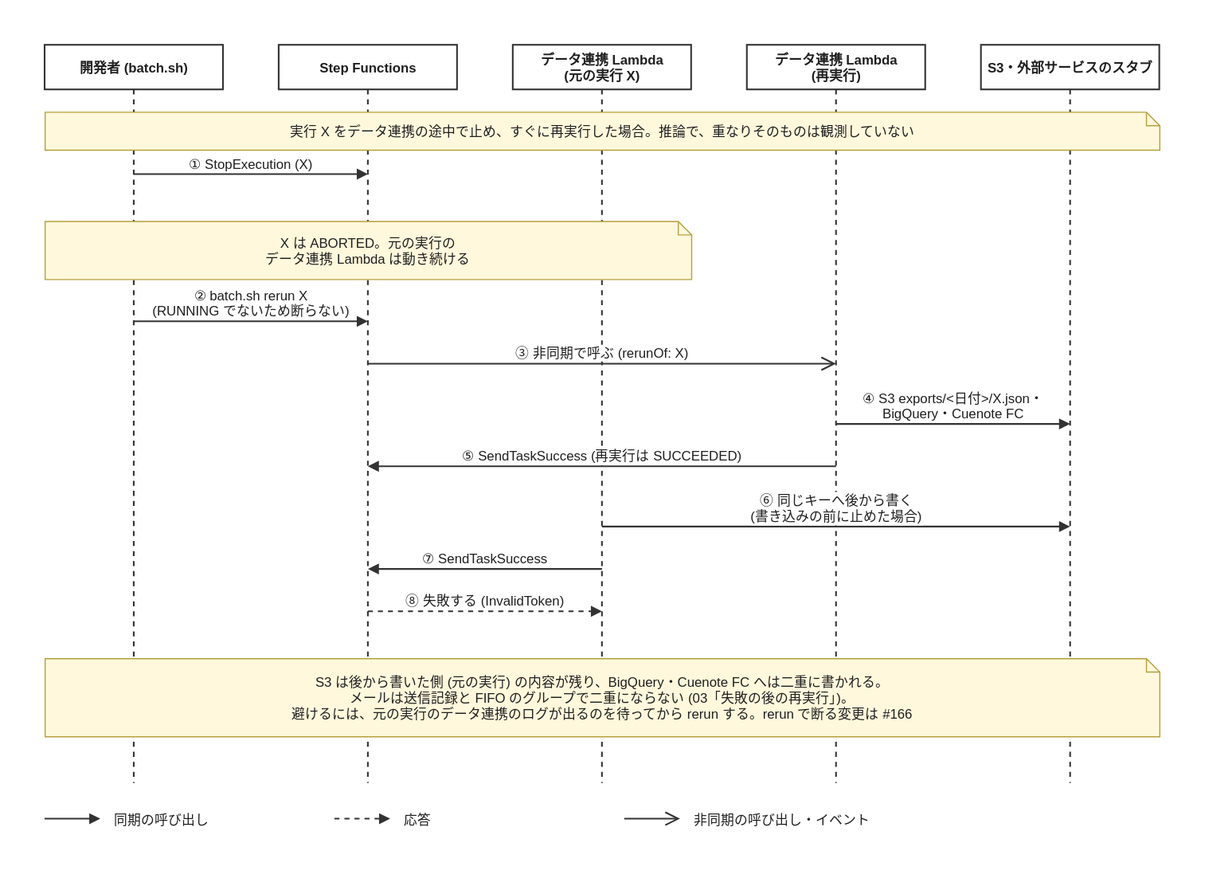
Earlier version of the draw.io export docs/images/sequences/overlap.drawio.svg (kojikawazu/serverless-practice-app). Source tidied: cells renumbered, new cells last; positions are measured from the earlier drawing's top-left corner, leaving out a move shared by most shapes.
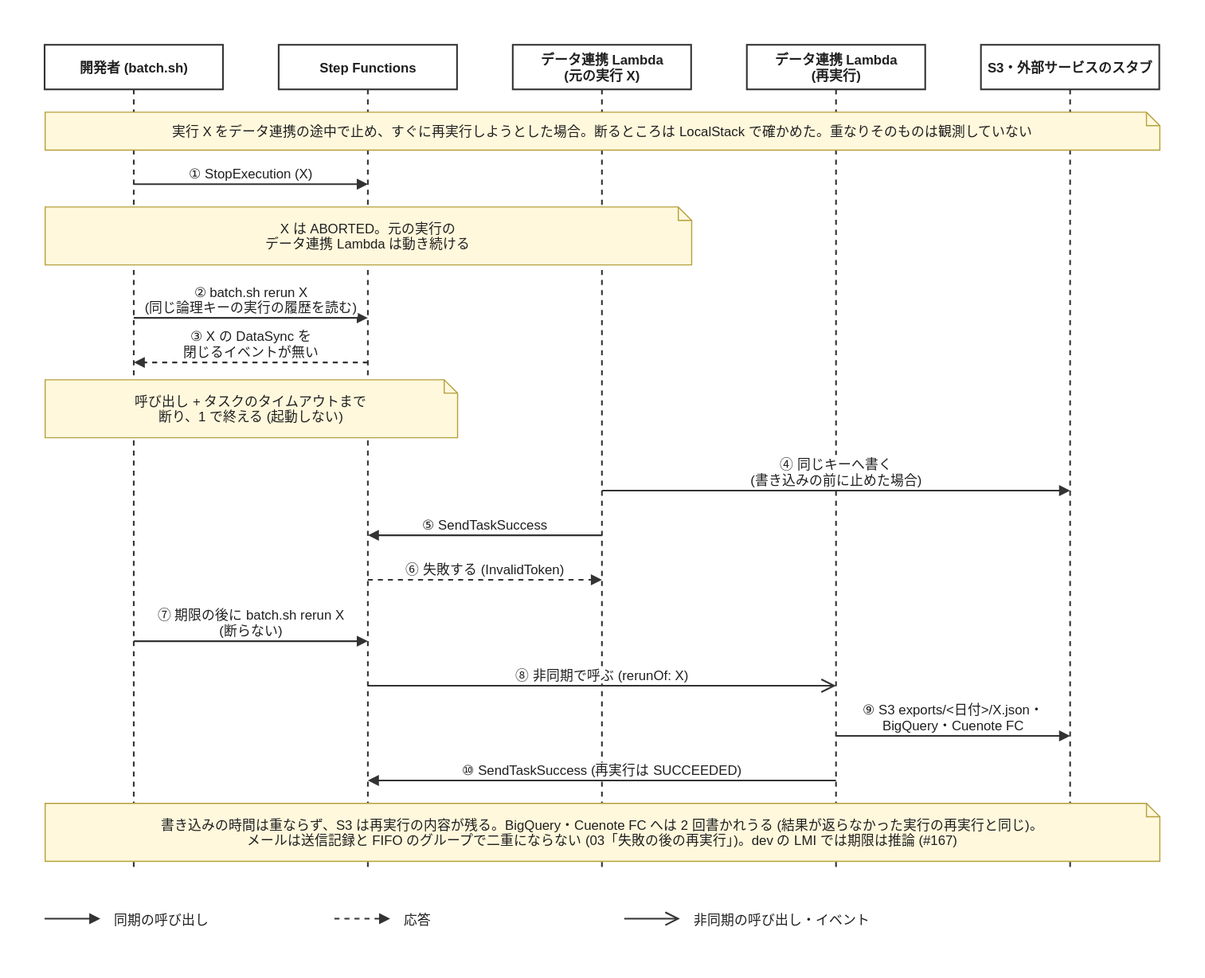
Later version of the same file.

Commit message:
fix(rerun): データ連携が動きうる同じ論理キーの実行があるうちは再実行を断る

Change to the diagram source:
```diff
@@ -3,82 +3,91 @@
     <mxCell id="0" />
     <mxCell id="1" parent="0" />
     <mxCell id="2" style="rounded=0;html=0;fillColor=none;strokeColor=none;" parent="1" vertex="1">
-      <mxGeometry width="1080" height="786" as="geometry" />
+      <mxGeometry width="1080" height="876" as="geometry" />
     </mxCell>
     <mxCell id="3" value="開発者 (batch.sh)" style="shape=umlLifeline;perimeter=lifelinePerimeter;outlineConnect=0;portConstraint=eastwest;html=0;size=40;fillColor=#FFFFFF;strokeColor=#333333;strokeWidth=1.5;fontSize=12;fontColor=#1F1F1F;fontStyle=1;" parent="1" vertex="1">
-      <mxGeometry x="40" y="40" width="160" height="662" as="geometry" />
+      <mxGeometry x="40" y="40" width="160" height="740" as="geometry" />
     </mxCell>
     <mxCell id="4" value="Step Functions" style="shape=umlLifeline;perimeter=lifelinePerimeter;outlineConnect=0;portConstraint=eastwest;html=0;size=40;fillColor=#FFFFFF;strokeColor=#333333;strokeWidth=1.5;fontSize=12;fontColor=#1F1F1F;fontStyle=1;" parent="1" vertex="1">
-      <mxGeometry x="250" y="40" width="160" height="662" as="geometry" />
+      <mxGeometry x="250" y="40" width="160" height="740" as="geometry" />
     </mxCell>
     <mxCell id="5" value="データ連携 Lambda&#10;(元の実行 X)" style="shape=umlLifeline;perimeter=lifelinePerimeter;outlineConnect=0;portConstraint=eastwest;html=0;size=40;fillColor=#FFFFFF;strokeColor=#333333;strokeWidth=1.5;fontSize=12;fontColor=#1F1F1F;fontStyle=1;" parent="1" vertex="1">
-      <mxGeometry x="460" y="40" width="160" height="662" as="geometry" />
+      <mxGeometry x="460" y="40" width="160" height="740" as="geometry" />
     </mxCell>
     <mxCell id="6" value="データ連携 Lambda&#10;(再実行)" style="shape=umlLifeline;perimeter=lifelinePerimeter;outlineConnect=0;portConstraint=eastwest;html=0;size=40;fillColor=#FFFFFF;strokeColor=#333333;strokeWidth=1.5;fontSize=12;fontColor=#1F1F1F;fontStyle=1;" parent="1" vertex="1">
-      <mxGeometry x="670" y="40" width="160" height="662" as="geometry" />
+      <mxGeometry x="670" y="40" width="160" height="740" as="geometry" />
     </mxCell>
     <mxCell id="7" value="S3・外部サービスのスタブ" style="shape=umlLifeline;perimeter=lifelinePerimeter;outlineConnect=0;portConstraint=eastwest;html=0;size=40;fillColor=#FFFFFF;strokeColor=#333333;strokeWidth=1.5;fontSize=12;fontColor=#1F1F1F;fontStyle=1;" parent="1" vertex="1">
-      <mxGeometry x="880" y="40" width="160" height="662" as="geometry" />
+      <mxGeometry x="880" y="40" width="160" height="740" as="geometry" />
     </mxCell>
-    <mxCell id="8" value="実行 X をデータ連携の途中で止め、すぐに再実行した場合。推論で、重なりそのものは観測していない" style="shape=note;size=12;html=0;fillColor=#FFF8DC;strokeColor=#B59F3B;strokeWidth=1;fontSize=12;fontColor=#1F1F1F;align=center;verticalAlign=middle;spacingLeft=8;spacingRight=8;" parent="1" vertex="1">
+    <mxCell id="8" value="実行 X をデータ連携の途中で止め、すぐに再実行しようとした場合。断るところは LocalStack で確かめた。重なりそのものは観測していない" style="shape=note;size=12;html=0;fillColor=#FFF8DC;strokeColor=#B59F3B;strokeWidth=1;fontSize=12;fontColor=#1F1F1F;align=center;verticalAlign=middle;spacingLeft=8;spacingRight=8;" parent="1" vertex="1">
       <mxGeometry x="40" y="100" width="1000" height="34" as="geometry" />
     </mxCell>
-    <mxCell id="9" value="① StopExecution (X)" style="html=0;rounded=0;strokeColor=#333333;strokeWidth=1.5;fontSize=12;fontColor=#1F1F1F;verticalAlign=bottom;labelBackgroundColor=#FFFFFF;endArrow=block;endFill=1;exitX=0.5;exitY=0.1752;exitPerimeter=0;entryX=0.5;entryY=0.1752;entryPerimeter=0;" parent="1" edge="1" source="3" target="4">
+    <mxCell id="9" value="① StopExecution (X)" style="html=0;rounded=0;strokeColor=#333333;strokeWidth=1.5;fontSize=12;fontColor=#1F1F1F;verticalAlign=bottom;labelBackgroundColor=#FFFFFF;endArrow=block;endFill=1;exitX=0.5;exitY=0.1689;exitPerimeter=0;entryX=0.5;entryY=0.1689;entryPerimeter=0;" parent="1" edge="1" source="3" target="4">
       <mxGeometry relative="1" as="geometry" />
     </mxCell>
     <mxCell id="10" value="X は ABORTED。元の実行の&#10;データ連携 Lambda は動き続ける" style="shape=note;size=12;html=0;fillColor=#FFF8DC;strokeColor=#B59F3B;strokeWidth=1;fontSize=12;fontColor=#1F1F1F;align=center;verticalAlign=middle;spacingLeft=8;spacingRight=8;" parent="1" vertex="1">
-      <mxGeometry x="40" y="198" width="580" height="52" as="geometry" />
+      <mxGeometry x="40" y="185" width="580" height="52" as="geometry" />
     </mxCell>
-    <mxCell id="11" value="② batch.sh rerun X&#10;(RUNNING でないため断らない)" style="html=0;rounded=0;strokeColor=#333333;strokeWidth=1.5;fontSize=12;fontColor=#1F1F1F;verticalAlign=bottom;labelBackgroundColor=#FFFFFF;endArrow=block;endFill=1;exitX=0.5;exitY=0.3746;exitPerimeter=0;entryX=0.5;entryY=0.3746;entryPerimeter=0;" parent="1" edge="1" source="3" target="4">
+    <mxCell id="11" value="② batch.sh rerun X&#10;(同じ論理キーの実行の履歴を読む)" style="html=0;rounded=0;strokeColor=#333333;strokeWidth=1.5;fontSize=12;fontColor=#1F1F1F;verticalAlign=bottom;labelBackgroundColor=#FFFFFF;endArrow=block;endFill=1;exitX=0.5;exitY=0.3311;exitPerimeter=0;entryX=0.5;entryY=0.3311;entryPerimeter=0;" parent="1" edge="1" source="3" target="4">
       <mxGeometry relative="1" as="geometry" />
     </mxCell>
-    <mxCell id="12" value="③ 非同期で呼ぶ (rerunOf: X)" style="html=0;rounded=0;strokeColor=#333333;strokeWidth=1.5;fontSize=12;fontColor=#1F1F1F;verticalAlign=bottom;labelBackgroundColor=#FFFFFF;endArrow=open;endFill=0;endSize=10;exitX=0.5;exitY=0.432;exitPerimeter=0;entryX=0.5;entryY=0.432;entryPerimeter=0;" parent="1" edge="1" source="4" target="6">
+    <mxCell id="12" value="③ X の DataSync を&#10;閉じるイベントが無い" style="html=0;rounded=0;strokeColor=#333333;strokeWidth=1.5;fontSize=12;fontColor=#1F1F1F;verticalAlign=bottom;labelBackgroundColor=#FFFFFF;endArrow=block;endFill=1;dashed=1;exitX=0.5;exitY=0.3851;exitPerimeter=0;entryX=0.5;entryY=0.3851;entryPerimeter=0;" parent="1" edge="1" source="4" target="3">
       <mxGeometry relative="1" as="geometry" />
     </mxCell>
-    <mxCell id="13" value="④ S3 exports/&lt;日付&gt;/X.json・&#10;BigQuery・Cuenote FC" style="html=0;rounded=0;strokeColor=#333333;strokeWidth=1.5;fontSize=12;fontColor=#1F1F1F;verticalAlign=bottom;labelBackgroundColor=#FFFFFF;endArrow=block;endFill=1;exitX=0.5;exitY=0.5136;exitPerimeter=0;entryX=0.5;entryY=0.5136;entryPerimeter=0;" parent="1" edge="1" source="6" target="7">
-      <mxGeometry relative="1" as="geometry" />
-    </mxCell>
+    <mxCell id="25" value="呼び出し + タスクのタイムアウトまで&#10;断り、1 で終える (起動しない)" style="shape=note;size=12;html=0;fillColor=#FFF8DC;strokeColor=#B59F3B;strokeWidth=1;fontSize=12;fontColor=#1F1F1F;align=center;verticalAlign=middle;spacingLeft=8;spacingRight=8;" parent="1" vertex="1">
+      <mxGeometry x="40" y="340" width="370" height="52" as="geometry" />
+    </mxCell>
-    <mxCell id="14" value="⑤ SendTaskSuccess (再実行は SUCCEEDED)" style="html=0;rounded=0;strokeColor=#333333;strokeWidth=1.5;fontSize=12;fontColor=#1F1F1F;verticalAlign=bottom;labelBackgroundColor=#FFFFFF;endArrow=block;endFill=1;exitX=0.5;exitY=0.571;exitPerimeter=0;entryX=0.5;entryY=0.571;entryPerimeter=0;" parent="1" edge="1" source="6" target="4">
+    <mxCell id="14" value="④ 同じキーへ書く&#10;(書き込みの前に止めた場合)" style="html=0;rounded=0;strokeColor=#333333;strokeWidth=1.5;fontSize=12;fontColor=#1F1F1F;verticalAlign=bottom;labelBackgroundColor=#FFFFFF;endArrow=block;endFill=1;exitX=0.5;exitY=0.5405;exitPerimeter=0;entryX=0.5;entryY=0.5405;entryPerimeter=0;" parent="1" edge="1" source="5" target="7">
       <mxGeometry relative="1" as="geometry" />
     </mxCell>
-    <mxCell id="15" value="⑥ 同じキーへ後から書く&#10;(書き込みの前に止めた場合)" style="html=0;rounded=0;strokeColor=#333333;strokeWidth=1.5;fontSize=12;fontColor=#1F1F1F;verticalAlign=bottom;labelBackgroundColor=#FFFFFF;endArrow=block;endFill=1;exitX=0.5;exitY=0.6526;exitPerimeter=0;entryX=0.5;entryY=0.6526;entryPerimeter=0;" parent="1" edge="1" source="5" target="7">
+    <mxCell id="15" value="⑤ SendTaskSuccess" style="html=0;rounded=0;strokeColor=#333333;strokeWidth=1.5;fontSize=12;fontColor=#1F1F1F;verticalAlign=bottom;labelBackgroundColor=#FFFFFF;endArrow=block;endFill=1;exitX=0.5;exitY=0.5946;exitPerimeter=0;entryX=0.5;entryY=0.5946;entryPerimeter=0;" parent="1" edge="1" source="5" target="4">
       <mxGeometry relative="1" as="geometry" />
     </mxCell>
-    <mxCell id="16" value="⑦ SendTaskSuccess" style="html=0;rounded=0;strokeColor=#333333;strokeWidth=1.5;fontSize=12;fontColor=#1F1F1F;verticalAlign=bottom;labelBackgroundColor=#FFFFFF;endArrow=block;endFill=1;exitX=0.5;exitY=0.71;exitPerimeter=0;entryX=0.5;entryY=0.71;entryPerimeter=0;" parent="1" edge="1" source="5" target="4">
+    <mxCell id="16" value="⑥ 失敗する (InvalidToken)" style="html=0;rounded=0;strokeColor=#333333;strokeWidth=1.5;fontSize=12;fontColor=#1F1F1F;verticalAlign=bottom;labelBackgroundColor=#FFFFFF;endArrow=block;endFill=1;dashed=1;exitX=0.5;exitY=0.6486;exitPerimeter=0;entryX=0.5;entryY=0.6486;entryPerimeter=0;" parent="1" edge="1" source="4" target="5">
       <mxGeometry relative="1" as="geometry" />
     </mxCell>
-    <mxCell id="17" value="⑧ 失敗する (InvalidToken)" style="html=0;rounded=0;strokeColor=#333333;strokeWidth=1.5;fontSize=12;fontColor=#1F1F1F;verticalAlign=bottom;labelBackgroundColor=#FFFFFF;endArrow=block;endFill=1;dashed=1;exitX=0.5;exitY=0.7674;exitPerimeter=0;entryX=0.5;entryY=0.7674;entryPerimeter=0;" parent="1" edge="1" source="4" target="5">
+    <mxCell id="17" value="⑦ 期限の後に batch.sh rerun X&#10;(断らない)" style="html=0;rounded=0;strokeColor=#333333;strokeWidth=1.5;fontSize=12;fontColor=#1F1F1F;verticalAlign=bottom;labelBackgroundColor=#FFFFFF;endArrow=block;endFill=1;exitX=0.5;exitY=0.723;exitPerimeter=0;entryX=0.5;entryY=0.723;entryPerimeter=0;" parent="1" edge="1" source="3" target="4">
       <mxGeometry relative="1" as="geometry" />
     </mxCell>
-    <mxCell id="18" value="S3 は後から書いた側 (元の実行) の内容が残り、BigQuery・Cuenote FC へは二重に書かれる。&#10;メールは送信記録と FIFO のグループで二重にならない (03「失敗の後の再実行」)。&#10;避けるには、元の実行のデータ連携のログが出るのを待ってから rerun する。rerun で断る変更は #166" style="shape=note;size=12;html=0;fillColor=#FFF8DC;strokeColor=#B59F3B;strokeWidth=1;fontSize=12;fontColor=#1F1F1F;align=center;verticalAlign=middle;spacingLeft=8;spacingRight=8;" parent="1" vertex="1">
-      <mxGeometry x="40" y="590" width="1000" height="70" as="geometry" />
-    </mxCell>
+    <mxCell id="26" value="⑧ 非同期で呼ぶ (rerunOf: X)" style="html=0;rounded=0;strokeColor=#333333;strokeWidth=1.5;fontSize=12;fontColor=#1F1F1F;verticalAlign=bottom;labelBackgroundColor=#FFFFFF;endArrow=open;endFill=0;endSize=10;exitX=0.5;exitY=0.777;exitPerimeter=0;entryX=0.5;entryY=0.777;entryPerimeter=0;" parent="1" edge="1" source="4" target="6">
+      <mxGeometry relative="1" as="geometry" />
+    </mxCell>
+    <mxCell id="13" value="⑨ S3 exports/&lt;日付&gt;/X.json・&#10;BigQuery・Cuenote FC" style="html=0;rounded=0;strokeColor=#333333;strokeWidth=1.5;fontSize=12;fontColor=#1F1F1F;verticalAlign=bottom;labelBackgroundColor=#FFFFFF;endArrow=block;endFill=1;exitX=0.5;exitY=0.8378;exitPerimeter=0;entryX=0.5;entryY=0.8378;entryPerimeter=0;" parent="1" edge="1" source="6" target="7">
+      <mxGeometry relative="1" as="geometry" />
+    </mxCell>
+    <mxCell id="27" value="⑩ SendTaskSuccess (再実行は SUCCEEDED)" style="html=0;rounded=0;strokeColor=#333333;strokeWidth=1.5;fontSize=12;fontColor=#1F1F1F;verticalAlign=bottom;labelBackgroundColor=#FFFFFF;endArrow=block;endFill=1;exitX=0.5;exitY=0.8919;exitPerimeter=0;entryX=0.5;entryY=0.8919;entryPerimeter=0;" parent="1" edge="1" source="6" target="4">
+      <mxGeometry relative="1" as="geometry" />
+    </mxCell>
+    <mxCell id="28" value="書き込みの時間は重ならず、S3 は再実行の内容が残る。BigQuery・Cuenote FC へは 2 回書かれうる (結果が返らなかった実行の再実行と同じ)。&#10;メールは送信記録と FIFO のグループで二重にならない (03「失敗の後の再実行」)。dev の LMI では期限は推論 (#167)" style="shape=note;size=12;html=0;fillColor=#FFF8DC;strokeColor=#B59F3B;strokeWidth=1;fontSize=12;fontColor=#1F1F1F;align=center;verticalAlign=middle;spacingLeft=8;spacingRight=8;" parent="1" vertex="1">
+      <mxGeometry x="40" y="720" width="1000" height="52" as="geometry" />
+    </mxCell>
     <mxCell id="19" style="html=0;rounded=0;strokeColor=#333333;strokeWidth=1.5;fontSize=12;fontColor=#1F1F1F;verticalAlign=bottom;labelBackgroundColor=#FFFFFF;endArrow=block;endFill=1;" parent="1" edge="1">
       <mxGeometry relative="1" as="geometry">
-        <mxPoint x="40" y="734" as="sourcePoint" />
-        <mxPoint x="90" y="734" as="targetPoint" />
+        <mxPoint x="40" y="824" as="sourcePoint" />
+        <mxPoint x="90" y="824" as="targetPoint" />
       </mxGeometry>
     </mxCell>
     <mxCell id="20" value="同期の呼び出し" style="text;html=0;align=left;verticalAlign=middle;fontSize=12;fontColor=#1F1F1F;" parent="1" vertex="1">
-      <mxGeometry x="100" y="722" width="190" height="24" as="geometry" />
+      <mxGeometry x="100" y="812" width="190" height="24" as="geometry" />
     </mxCell>
     <mxCell id="21" style="html=0;rounded=0;strokeColor=#333333;strokeWidth=1.5;fontSize=12;fontColor=#1F1F1F;verticalAlign=bottom;labelBackgroundColor=#FFFFFF;endArrow=block;endFill=1;dashed=1;" parent="1" edge="1">
       <mxGeometry relative="1" as="geometry">
-        <mxPoint x="300" y="734" as="sourcePoint" />
-        <mxPoint x="350" y="734" as="targetPoint" />
+        <mxPoint x="300" y="824" as="sourcePoint" />
+        <mxPoint x="350" y="824" as="targetPoint" />
       </mxGeometry>
     </mxCell>
     <mxCell id="22" value="応答" style="text;html=0;align=left;verticalAlign=middle;fontSize=12;fontColor=#1F1F1F;" parent="1" vertex="1">
-      <mxGeometry x="360" y="722" width="190" height="24" as="geometry" />
+      <mxGeometry x="360" y="812" width="190" height="24" as="geometry" />
     </mxCell>
     <mxCell id="23" style="html=0;rounded=0;strokeColor=#333333;strokeWidth=1.5;fontSize=12;fontColor=#1F1F1F;verticalAlign=bottom;labelBackgroundColor=#FFFFFF;endArrow=open;endFill=0;endSize=10;" parent="1" edge="1">
       <mxGeometry relative="1" as="geometry">
-        <mxPoint x="560" y="734" as="sourcePoint" />
-        <mxPoint x="610" y="734" as="targetPoint" />
+        <mxPoint x="560" y="824" as="sourcePoint" />
+        <mxPoint x="610" y="824" as="targetPoint" />
       </mxGeometry>
     </mxCell>
     <mxCell id="24" value="非同期の呼び出し・イベント" style="text;html=0;align=left;verticalAlign=middle;fontSize=12;fontColor=#1F1F1F;" parent="1" vertex="1">
-      <mxGeometry x="620" y="722" width="190" height="24" as="geometry" />
+      <mxGeometry x="620" y="812" width="190" height="24" as="geometry" />
     </mxCell>
   </root>
 </mxGraphModel>
```
